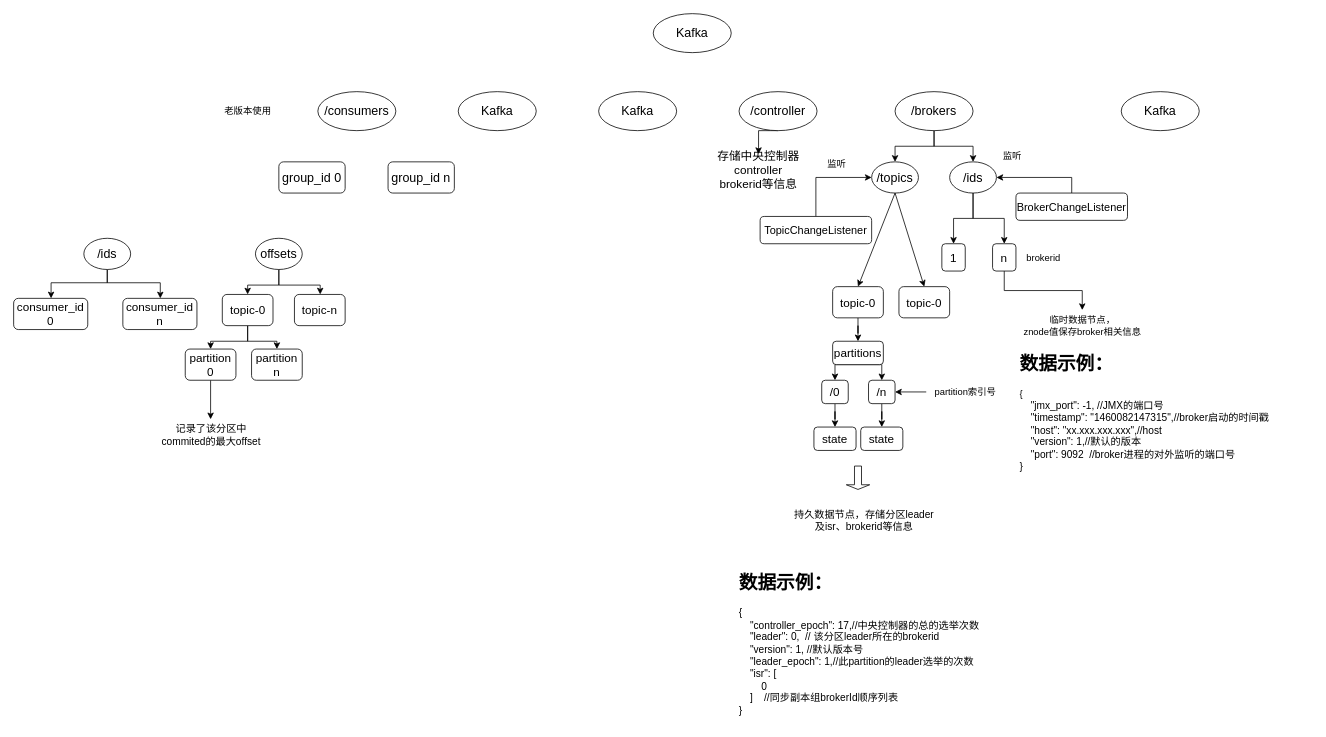
This is kafka中zookeeper架构.drawio from jiangtao2048/diagrams, a draw.io file, before an edit. Source tidied: cells renumbered, new cells numbered last; positions are measured from the earlier drawing's top-left corner, leaving out a move shared by most shapes. Both pictures are drawn from the tidied source at 78%, with x=0, y=0 at pixel (13, 13).
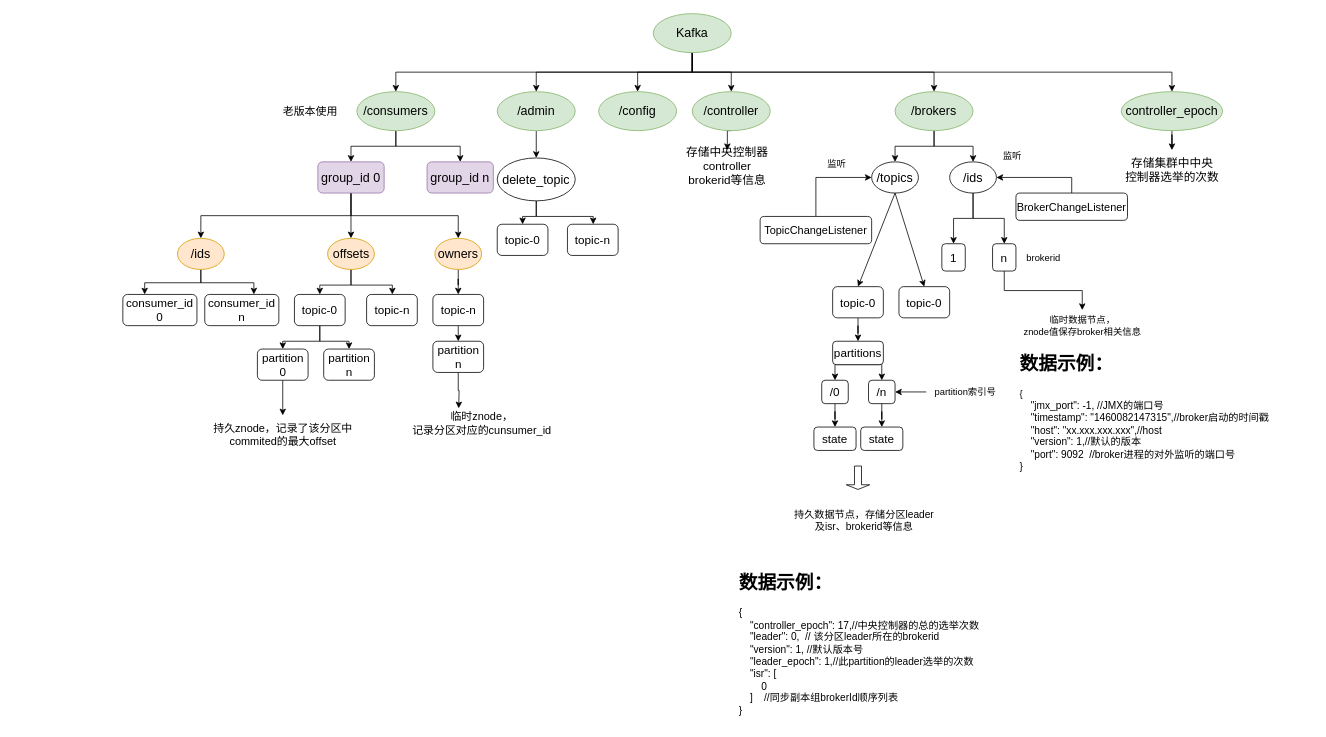
After the change.

Commit message (it also covers changes not shown here):
更新kafka中zookeeper架构.drawio

The edit, as a diff of the source:
```diff
@@
+    <mxCell id="67" style="edgeStyle=orthogonalEdgeStyle;rounded=0;jettySize=auto;html=1;exitX=0.5;exitY=1;exitDx=0;exitDy=0;entryX=0.5;entryY=0;entryDx=0;entryDy=0;" parent="1" edge="1" source="2" target="10">
+      <mxGeometry relative="1" as="geometry" />
+    </mxCell>
+    <mxCell id="68" style="edgeStyle=orthogonalEdgeStyle;rounded=0;jettySize=auto;html=1;exitX=0.5;exitY=1;exitDx=0;exitDy=0;" parent="1" edge="1" source="2" target="3">
+      <mxGeometry relative="1" as="geometry" />
+    </mxCell>
+    <mxCell id="69" style="edgeStyle=orthogonalEdgeStyle;rounded=0;jettySize=auto;html=1;exitX=0.5;exitY=1;exitDx=0;exitDy=0;" parent="1" edge="1" source="2" target="4">
+      <mxGeometry relative="1" as="geometry" />
+    </mxCell>
+    <mxCell id="70" style="edgeStyle=orthogonalEdgeStyle;rounded=0;jettySize=auto;html=1;exitX=0.5;exitY=1;exitDx=0;exitDy=0;" parent="1" edge="1" source="2" target="6">
+      <mxGeometry relative="1" as="geometry" />
+    </mxCell>
+    <mxCell id="71" style="edgeStyle=orthogonalEdgeStyle;rounded=0;jettySize=auto;html=1;exitX=0.5;exitY=1;exitDx=0;exitDy=0;" parent="1" edge="1" source="2" target="9">
+      <mxGeometry relative="1" as="geometry" />
+    </mxCell>
+    <mxCell id="72" style="edgeStyle=orthogonalEdgeStyle;rounded=0;jettySize=auto;html=1;exitX=0.5;exitY=1;exitDx=0;exitDy=0;" parent="1" edge="1" source="2" target="11">
+      <mxGeometry relative="1" as="geometry" />
+    </mxCell>
-    <mxCell id="2" value="&lt;font style=&quot;font-size: 16px;&quot;&gt;Kafka&lt;/font&gt;" style="ellipse;whiteSpace=wrap;html=1;fontSize=15;" parent="1" vertex="1">
+    <mxCell id="2" value="&lt;font style=&quot;font-size: 16px;&quot;&gt;Kafka&lt;/font&gt;" style="ellipse;whiteSpace=wrap;html=1;fontSize=15;fillColor=#d5e8d4;strokeColor=#82b366;" parent="1" vertex="1">
       <mxGeometry x="820" width="100" height="50" as="geometry" />
     </mxCell>
+    <mxCell id="73" style="edgeStyle=orthogonalEdgeStyle;rounded=0;jettySize=auto;html=1;exitX=0.5;exitY=1;exitDx=0;exitDy=0;entryX=0.5;entryY=0;entryDx=0;entryDy=0;" parent="1" edge="1" source="3" target="89">
+      <mxGeometry relative="1" as="geometry" />
+    </mxCell>
-    <mxCell id="3" value="&lt;font style=&quot;font-size: 16px;&quot;&gt;Kafka&lt;/font&gt;" style="ellipse;whiteSpace=wrap;html=1;fontSize=15;" parent="1" vertex="1">
-      <mxGeometry x="570" y="100" width="100" height="50" as="geometry" />
+    <mxCell id="3" value="&lt;font style=&quot;font-size: 16px;&quot;&gt;/admin&lt;/font&gt;" style="ellipse;whiteSpace=wrap;html=1;fontSize=15;fillColor=#d5e8d4;strokeColor=#82b366;" parent="1" vertex="1">
+      <mxGeometry x="620" y="100" width="100" height="50" as="geometry" />
     </mxCell>
-    <mxCell id="4" value="&lt;font style=&quot;font-size: 16px;&quot;&gt;Kafka&lt;/font&gt;" style="ellipse;whiteSpace=wrap;html=1;fontSize=15;" parent="1" vertex="1">
+    <mxCell id="4" value="&lt;font style=&quot;font-size: 16px;&quot;&gt;/config&lt;/font&gt;" style="ellipse;whiteSpace=wrap;html=1;fontSize=15;fillColor=#d5e8d4;strokeColor=#82b366;" parent="1" vertex="1">
       <mxGeometry x="750" y="100" width="100" height="50" as="geometry" />
     </mxCell>
@@
-    <mxCell id="6" value="&lt;font style=&quot;font-size: 16px;&quot;&gt;/controller&lt;/font&gt;" style="ellipse;whiteSpace=wrap;html=1;fontSize=15;" parent="1" vertex="1">
-      <mxGeometry x="930" y="100" width="100" height="50" as="geometry" />
+    <mxCell id="6" value="&lt;font style=&quot;font-size: 16px;&quot;&gt;/controller&lt;/font&gt;" style="ellipse;whiteSpace=wrap;html=1;fontSize=15;fillColor=#d5e8d4;strokeColor=#82b366;" parent="1" vertex="1">
+      <mxGeometry x="870" y="100" width="100" height="50" as="geometry" />
     </mxCell>
@@
-    <mxCell id="9" value="&lt;font style=&quot;font-size: 16px;&quot;&gt;/brokers&lt;/font&gt;" style="ellipse;whiteSpace=wrap;html=1;fontSize=15;" parent="1" vertex="1">
+    <mxCell id="9" value="&lt;font style=&quot;font-size: 16px;&quot;&gt;/brokers&lt;/font&gt;" style="ellipse;whiteSpace=wrap;html=1;fontSize=15;fillColor=#d5e8d4;strokeColor=#82b366;" parent="1" vertex="1">
       <mxGeometry x="1130" y="100" width="100" height="50" as="geometry" />
     </mxCell>
+    <mxCell id="74" style="edgeStyle=orthogonalEdgeStyle;rounded=0;jettySize=auto;html=1;exitX=0.5;exitY=1;exitDx=0;exitDy=0;entryX=0.5;entryY=0;entryDx=0;entryDy=0;" parent="1" edge="1" source="10" target="49">
+      <mxGeometry relative="1" as="geometry" />
+    </mxCell>
+    <mxCell id="75" style="edgeStyle=orthogonalEdgeStyle;rounded=0;jettySize=auto;html=1;exitX=0.5;exitY=1;exitDx=0;exitDy=0;" parent="1" edge="1" source="10" target="50">
+      <mxGeometry relative="1" as="geometry" />
+    </mxCell>
-    <mxCell id="10" value="&lt;font style=&quot;font-size: 16px;&quot;&gt;/consumers&lt;br&gt;&lt;/font&gt;" style="ellipse;whiteSpace=wrap;html=1;fontSize=15;" parent="1" vertex="1">
-      <mxGeometry x="390" y="100" width="100" height="50" as="geometry" />
+    <mxCell id="10" value="&lt;font style=&quot;font-size: 16px;&quot;&gt;/consumers&lt;br&gt;&lt;/font&gt;" style="ellipse;whiteSpace=wrap;html=1;fontSize=15;fillColor=#d5e8d4;strokeColor=#82b366;" parent="1" vertex="1">
+      <mxGeometry x="440" y="100" width="100" height="50" as="geometry" />
     </mxCell>
+    <mxCell id="76" style="edgeStyle=orthogonalEdgeStyle;rounded=0;jettySize=auto;html=1;exitX=0.5;exitY=1;exitDx=0;exitDy=0;" parent="1" edge="1" source="11" target="92">
+      <mxGeometry relative="1" as="geometry" />
+    </mxCell>
-    <mxCell id="11" value="&lt;font style=&quot;font-size: 16px;&quot;&gt;Kafka&lt;/font&gt;" style="ellipse;whiteSpace=wrap;html=1;fontSize=15;" parent="1" vertex="1">
-      <mxGeometry x="1420" y="100" width="100" height="50" as="geometry" />
+    <mxCell id="11" value="&lt;font style=&quot;font-size: 16px;&quot;&gt;controller_epoch&lt;/font&gt;" style="ellipse;whiteSpace=wrap;html=1;fontSize=15;fillColor=#d5e8d4;strokeColor=#82b366;" parent="1" vertex="1">
+      <mxGeometry x="1420" y="100" width="130" height="50" as="geometry" />
     </mxCell>
     <mxCell id="12" value="&lt;font style=&quot;font-size: 15px;&quot;&gt;存储中央控制器controller brokerid等信息&lt;/font&gt;" style="text;html=1;strokeColor=none;fillColor=none;align=center;verticalAlign=middle;whiteSpace=wrap;rounded=0;" parent="1" vertex="1">
-      <mxGeometry x="900" y="180" width="110" height="40" as="geometry" />
+      <mxGeometry x="860" y="175" width="110" height="40" as="geometry" />
     </mxCell>
@@
-    <mxCell id="48" value="老版本使用" style="text;html=1;align=center;verticalAlign=middle;strokeColor=none;fillColor=none;" parent="1" vertex="1">
-      <mxGeometry x="260" y="110" width="80" height="30" as="geometry" />
+    <mxCell id="48" value="&lt;font style=&quot;font-size: 14px;&quot;&gt;老版本使用&lt;/font&gt;" style="text;html=1;align=center;verticalAlign=middle;strokeColor=none;fillColor=none;" parent="1" vertex="1">
+      <mxGeometry x="335" y="110" width="90" height="30" as="geometry" />
     </mxCell>
+    <mxCell id="77" style="edgeStyle=orthogonalEdgeStyle;rounded=0;jettySize=auto;html=1;exitX=0.5;exitY=1;exitDx=0;exitDy=0;" parent="1" edge="1" source="49" target="53">
+      <mxGeometry relative="1" as="geometry" />
+    </mxCell>
+    <mxCell id="78" style="edgeStyle=orthogonalEdgeStyle;rounded=0;jettySize=auto;html=1;exitX=0.5;exitY=1;exitDx=0;exitDy=0;entryX=0.5;entryY=0;entryDx=0;entryDy=0;" parent="1" edge="1" source="49" target="58">
+      <mxGeometry relative="1" as="geometry" />
+    </mxCell>
+    <mxCell id="79" style="edgeStyle=orthogonalEdgeStyle;rounded=0;jettySize=auto;html=1;exitX=0.5;exitY=1;exitDx=0;exitDy=0;" parent="1" edge="1" source="49" target="81">
+      <mxGeometry relative="1" as="geometry" />
+    </mxCell>
-    <mxCell id="49" value="&lt;font style=&quot;font-size: 16px;&quot;&gt;group_id 0&lt;/font&gt;" style="rounded=1;whiteSpace=wrap;html=1;" parent="1" vertex="1">
-      <mxGeometry x="340" y="190" width="85" height="40" as="geometry" />
+    <mxCell id="49" value="&lt;font style=&quot;font-size: 16px;&quot;&gt;group_id 0&lt;/font&gt;" style="rounded=1;whiteSpace=wrap;html=1;fillColor=#e1d5e7;strokeColor=#9673a6;" parent="1" vertex="1">
+      <mxGeometry x="390" y="190" width="85" height="40" as="geometry" />
     </mxCell>
-    <mxCell id="50" value="&lt;font style=&quot;font-size: 16px;&quot;&gt;group_id n&lt;/font&gt;" style="rounded=1;whiteSpace=wrap;html=1;" parent="1" vertex="1">
-      <mxGeometry x="480" y="190" width="85" height="40" as="geometry" />
+    <mxCell id="50" value="&lt;font style=&quot;font-size: 16px;&quot;&gt;group_id n&lt;/font&gt;" style="rounded=1;whiteSpace=wrap;html=1;fillColor=#e1d5e7;strokeColor=#9673a6;" parent="1" vertex="1">
+      <mxGeometry x="530" y="190" width="85" height="40" as="geometry" />
     </mxCell>
-    <mxCell id="51" style="edgeStyle=orthogonalEdgeStyle;rounded=0;jettySize=auto;html=1;exitX=0.5;exitY=1;exitDx=0;exitDy=0;" parent="1" edge="1" source="53" target="54">
+    <mxCell id="51" style="edgeStyle=orthogonalEdgeStyle;rounded=0;jettySize=auto;html=1;" parent="1" edge="1" source="53" target="54">
       <mxGeometry relative="1" as="geometry">
         <Array as="points">
-          <mxPoint x="120" y="345" />
-          <mxPoint x="48" y="345" />
+          <mxPoint x="240" y="345" />
+          <mxPoint x="168" y="345" />
         </Array>
       </mxGeometry>
     </mxCell>
     <mxCell id="52" style="edgeStyle=orthogonalEdgeStyle;rounded=0;jettySize=auto;html=1;exitX=0.5;exitY=1;exitDx=0;exitDy=0;" parent="1" edge="1" source="53" target="55">
       <mxGeometry relative="1" as="geometry">
         <Array as="points">
-          <mxPoint x="120" y="345" />
-          <mxPoint x="188" y="345" />
+          <mxPoint x="240" y="345" />
+          <mxPoint x="308" y="345" />
         </Array>
       </mxGeometry>
     </mxCell>
-    <mxCell id="53" value="&lt;font style=&quot;font-size: 16px;&quot;&gt;/ids&lt;/font&gt;" style="ellipse;whiteSpace=wrap;html=1;fontSize=15;" parent="1" vertex="1">
-      <mxGeometry x="90" y="288" width="60" height="40" as="geometry" />
+    <mxCell id="53" value="&lt;font style=&quot;font-size: 16px;&quot;&gt;/ids&lt;/font&gt;" style="ellipse;whiteSpace=wrap;html=1;fontSize=15;fillColor=#ffe6cc;strokeColor=#d79b00;" parent="1" vertex="1">
+      <mxGeometry x="210" y="288" width="60" height="40" as="geometry" />
     </mxCell>
     <mxCell id="54" value="&lt;font style=&quot;font-size: 15px;&quot;&gt;consumer_id&lt;br&gt;0&lt;/font&gt;" style="rounded=1;whiteSpace=wrap;html=1;" parent="1" vertex="1">
-      <mxGeometry y="365" width="95" height="40" as="geometry" />
+      <mxGeometry x="140" y="360" width="95" height="40" as="geometry" />
     </mxCell>
     <mxCell id="55" value="&lt;font style=&quot;font-size: 15px;&quot;&gt;consumer_id&lt;br&gt;n&lt;br&gt;&lt;/font&gt;" style="rounded=1;whiteSpace=wrap;html=1;" parent="1" vertex="1">
-      <mxGeometry x="140" y="365" width="95" height="40" as="geometry" />
+      <mxGeometry x="245" y="360" width="95" height="40" as="geometry" />
     </mxCell>
@@
     <mxCell id="57" style="edgeStyle=orthogonalEdgeStyle;rounded=0;jettySize=auto;html=1;exitX=0.5;exitY=1;exitDx=0;exitDy=0;" parent="1" edge="1" source="58" target="62">
       <mxGeometry relative="1" as="geometry">
         <Array as="points">
-          <mxPoint x="340" y="348" />
-          <mxPoint x="393" y="348" />
+          <mxPoint x="432.5" y="348" />
+          <mxPoint x="485.5" y="348" />
         </Array>
       </mxGeometry>
     </mxCell>
-    <mxCell id="58" value="&lt;font style=&quot;font-size: 16px;&quot;&gt;offsets&lt;/font&gt;" style="ellipse;whiteSpace=wrap;html=1;fontSize=15;" parent="1" vertex="1">
-      <mxGeometry x="310" y="288" width="60" height="40" as="geometry" />
+    <mxCell id="58" value="&lt;font style=&quot;font-size: 16px;&quot;&gt;offsets&lt;/font&gt;" style="ellipse;whiteSpace=wrap;html=1;fontSize=15;fillColor=#ffe6cc;strokeColor=#d79b00;" parent="1" vertex="1">
+      <mxGeometry x="402.5" y="288" width="60" height="40" as="geometry" />
     </mxCell>
@@
     <mxCell id="61" value="&lt;font style=&quot;font-size: 15px;&quot;&gt;topic-0&lt;/font&gt;" style="rounded=1;whiteSpace=wrap;html=1;" parent="1" vertex="1">
-      <mxGeometry x="267.5" y="360" width="65" height="40" as="geometry" />
+      <mxGeometry x="360" y="360" width="65" height="40" as="geometry" />
     </mxCell>
     <mxCell id="62" value="&lt;font style=&quot;font-size: 15px;&quot;&gt;topic-n&lt;/font&gt;" style="rounded=1;whiteSpace=wrap;html=1;" parent="1" vertex="1">
-      <mxGeometry x="360" y="360" width="65" height="40" as="geometry" />
+      <mxGeometry x="452.5" y="360" width="65" height="40" as="geometry" />
     </mxCell>
@@
     <mxCell id="64" value="&lt;font style=&quot;font-size: 15px;&quot;&gt;partition&lt;br&gt;0&lt;/font&gt;" style="rounded=1;whiteSpace=wrap;html=1;" parent="1" vertex="1">
-      <mxGeometry x="220" y="430" width="65" height="40" as="geometry" />
+      <mxGeometry x="312.5" y="430" width="65" height="40" as="geometry" />
     </mxCell>
     <mxCell id="65" value="&lt;font style=&quot;font-size: 15px;&quot;&gt;partition&lt;br&gt;n&lt;br&gt;&lt;/font&gt;" style="rounded=1;whiteSpace=wrap;html=1;" parent="1" vertex="1">
-      <mxGeometry x="305" y="430" width="65" height="40" as="geometry" />
+      <mxGeometry x="397.5" y="430" width="65" height="40" as="geometry" />
     </mxCell>
-    <mxCell id="66" value="&lt;font style=&quot;font-size: 13px;&quot;&gt;记录了该分区中&lt;br&gt;commited的最大offset&lt;/font&gt;" style="text;html=1;align=center;verticalAlign=middle;points=[];strokeColor=none;fillColor=none;" parent="1" vertex="1">
-      <mxGeometry x="177.5" y="520" width="150" height="40" as="geometry" />
+    <mxCell id="66" value="&lt;font style=&quot;font-size: 14px;&quot;&gt;持久znode，记录了该分区中&lt;br&gt;commited的最大offset&lt;/font&gt;" style="text;html=1;align=center;verticalAlign=middle;points=[];strokeColor=none;fillColor=none;" parent="1" vertex="1">
+      <mxGeometry x="245" y="515" width="200" height="50" as="geometry" />
     </mxCell>
+    <mxCell id="80" style="edgeStyle=orthogonalEdgeStyle;rounded=0;jettySize=auto;html=1;exitX=0.5;exitY=1;exitDx=0;exitDy=0;" parent="1" edge="1" source="81" target="83">
+      <mxGeometry relative="1" as="geometry" />
+    </mxCell>
+    <mxCell id="81" value="&lt;font style=&quot;font-size: 16px;&quot;&gt;owners&lt;/font&gt;" style="ellipse;whiteSpace=wrap;html=1;fontSize=15;fillColor=#ffe6cc;strokeColor=#d79b00;" parent="1" vertex="1">
+      <mxGeometry x="540" y="288" width="60" height="40" as="geometry" />
+    </mxCell>
+    <mxCell id="82" style="edgeStyle=orthogonalEdgeStyle;rounded=0;jettySize=auto;html=1;exitX=0.5;exitY=1;exitDx=0;exitDy=0;entryX=0.5;entryY=0;entryDx=0;entryDy=0;" parent="1" edge="1" source="83" target="84">
+      <mxGeometry relative="1" as="geometry" />
+    </mxCell>
+    <mxCell id="83" value="&lt;font style=&quot;font-size: 15px;&quot;&gt;topic-n&lt;/font&gt;" style="rounded=1;whiteSpace=wrap;html=1;" parent="1" vertex="1">
+      <mxGeometry x="537.5" y="360" width="65" height="40" as="geometry" />
+    </mxCell>
+    <mxCell id="84" value="&lt;font style=&quot;font-size: 15px;&quot;&gt;partition&lt;br&gt;n&lt;br&gt;&lt;/font&gt;" style="rounded=1;whiteSpace=wrap;html=1;" parent="1" vertex="1">
+      <mxGeometry x="537.5" y="420" width="65" height="40" as="geometry" />
+    </mxCell>
+    <mxCell id="85" value="&lt;font style=&quot;font-size: 14px;&quot;&gt;临时znode，&lt;br&gt;记录分区对应的cunsumer_id&lt;/font&gt;" style="text;html=1;align=center;verticalAlign=middle;strokeColor=none;fillColor=none;" parent="1" vertex="1">
+      <mxGeometry x="500" y="500" width="200" height="50" as="geometry" />
+    </mxCell>
+    <mxCell id="86" style="edgeStyle=orthogonalEdgeStyle;rounded=0;jettySize=auto;html=1;exitX=0.5;exitY=1;exitDx=0;exitDy=0;entryX=0.406;entryY=0.025;entryDx=0;entryDy=0;entryPerimeter=0;" parent="1" edge="1" source="84">
+      <mxGeometry relative="1" as="geometry">
+        <mxPoint x="570.6" y="506" as="targetPoint" />
+      </mxGeometry>
+    </mxCell>
+    <mxCell id="87" style="edgeStyle=orthogonalEdgeStyle;rounded=0;jettySize=auto;html=1;exitX=0.5;exitY=1;exitDx=0;exitDy=0;" parent="1" edge="1" source="89" target="90">
+      <mxGeometry relative="1" as="geometry" />
+    </mxCell>
+    <mxCell id="88" style="edgeStyle=orthogonalEdgeStyle;rounded=0;jettySize=auto;html=1;exitX=0.5;exitY=1;exitDx=0;exitDy=0;" parent="1" edge="1" source="89" target="91">
+      <mxGeometry relative="1" as="geometry">
+        <Array as="points">
+          <mxPoint x="670" y="260" />
+          <mxPoint x="743" y="260" />
+        </Array>
+      </mxGeometry>
+    </mxCell>
+    <mxCell id="89" value="&lt;font style=&quot;font-size: 16px;&quot;&gt;delete_topic&lt;/font&gt;" style="ellipse;whiteSpace=wrap;html=1;fontSize=15;" parent="1" vertex="1">
+      <mxGeometry x="620" y="185" width="100" height="55" as="geometry" />
+    </mxCell>
+    <mxCell id="90" value="&lt;font style=&quot;font-size: 15px;&quot;&gt;topic-0&lt;/font&gt;" style="rounded=1;whiteSpace=wrap;html=1;" parent="1" vertex="1">
+      <mxGeometry x="620" y="270" width="65" height="40" as="geometry" />
+    </mxCell>
+    <mxCell id="91" value="&lt;font style=&quot;font-size: 15px;&quot;&gt;topic-n&lt;/font&gt;" style="rounded=1;whiteSpace=wrap;html=1;" parent="1" vertex="1">
+      <mxGeometry x="710" y="270" width="65" height="40" as="geometry" />
+    </mxCell>
+    <mxCell id="92" value="&lt;font style=&quot;font-size: 15px;&quot;&gt;存储集群中中央&lt;br&gt;控制器选举的次数&lt;/font&gt;" style="text;html=1;align=center;verticalAlign=middle;points=[];strokeColor=none;fillColor=none;" parent="1" vertex="1">
+      <mxGeometry x="1415" y="175" width="140" height="50" as="geometry" />
+    </mxCell>
```
